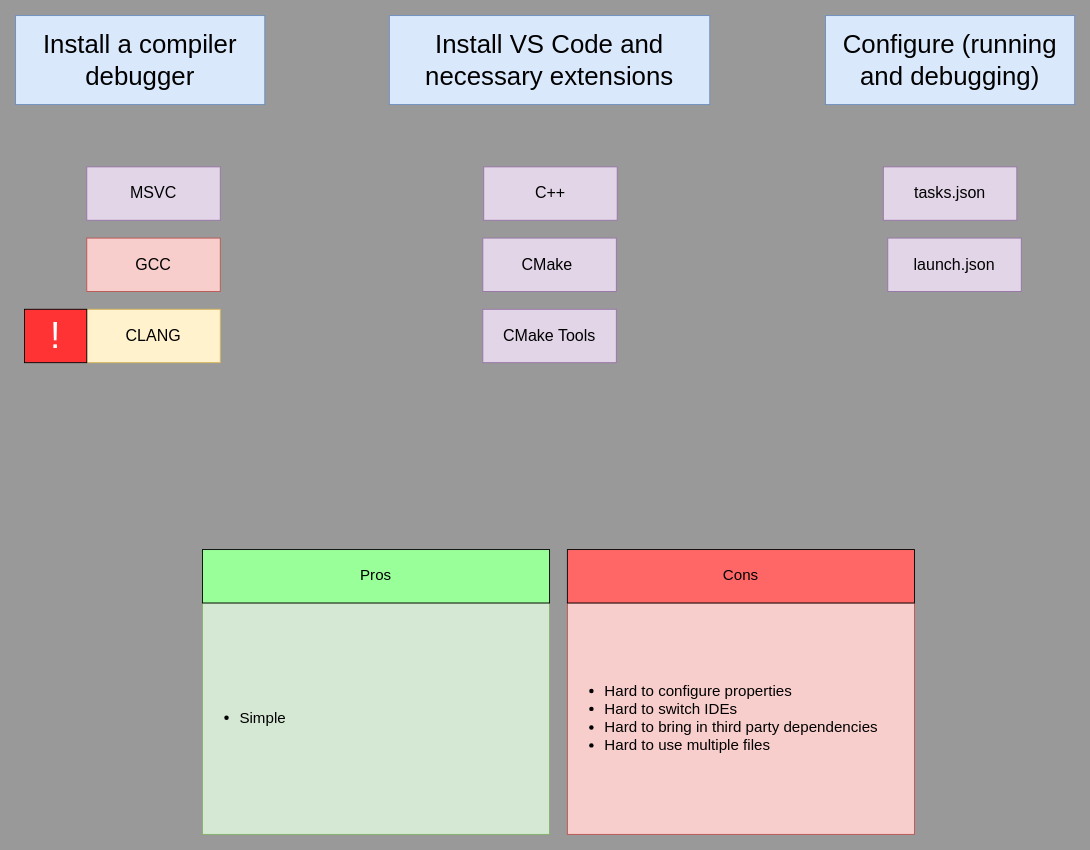
The draw.io diagram slides/1.Starter.drawio in rutura/vscodecpp, before the edit. Source tidied: cells renumbered, new cells numbered last; positions are measured from the earlier drawing's top-left corner, leaving out a move shared by most shapes. Both pictures are drawn from the tidied source at 89%, with x=0, y=0 at pixel (15, 15).
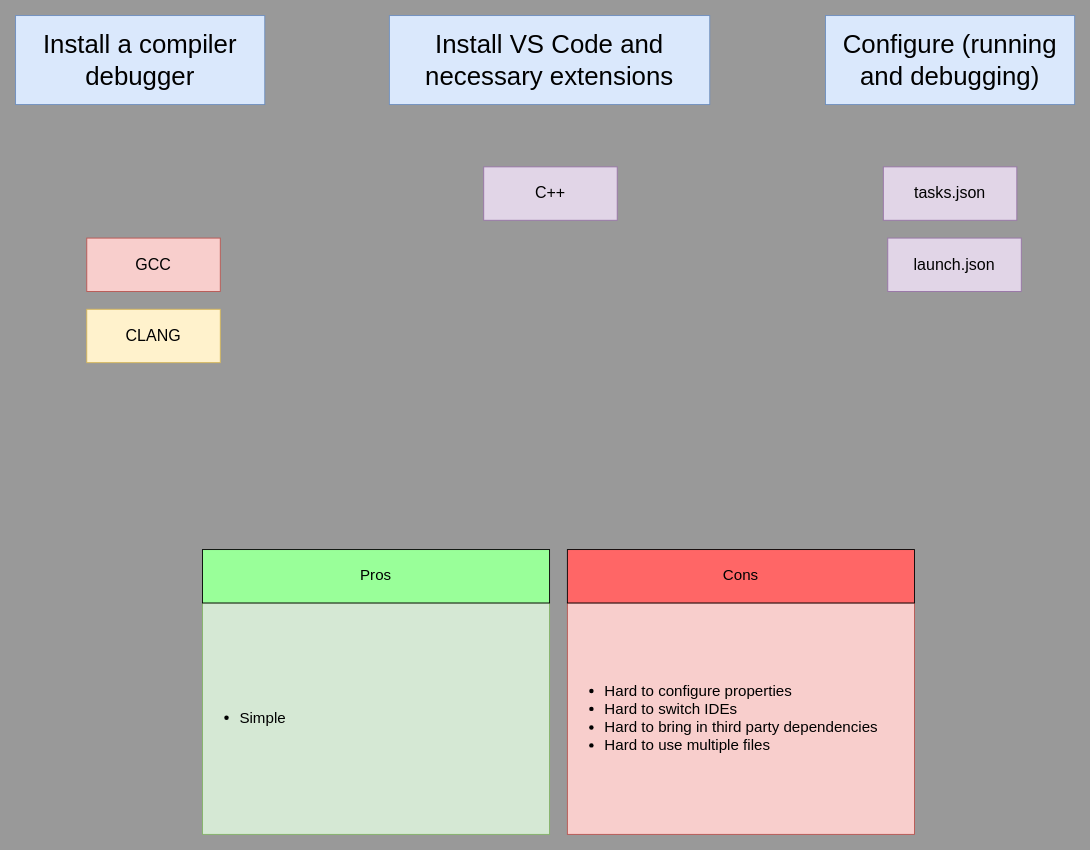
After the change.

Diff of the diagram source:
```diff
@@
 <mxGraphModel background="#999999">
   <root>
     <mxCell id="0" />
     <mxCell id="1" parent="0" />
     <mxCell id="2" value="&lt;font style=&quot;font-size: 29px;&quot;&gt;Install a compiler debugger&lt;/font&gt;" style="rounded=0;whiteSpace=wrap;html=1;fillColor=#dae8fc;strokeColor=#6c8ebf;" parent="1" vertex="1">
       <mxGeometry width="280" height="100" as="geometry" />
     </mxCell>
     <mxCell id="3" value="&lt;font style=&quot;font-size: 29px;&quot;&gt;Install VS Code and necessary extensions&lt;/font&gt;" style="rounded=0;whiteSpace=wrap;html=1;fillColor=#dae8fc;strokeColor=#6c8ebf;" parent="1" vertex="1">
       <mxGeometry x="420" width="360" height="100" as="geometry" />
     </mxCell>
     <mxCell id="4" value="&lt;font style=&quot;font-size: 29px;&quot;&gt;Configure (running and debugging)&lt;/font&gt;" style="rounded=0;whiteSpace=wrap;html=1;fillColor=#dae8fc;strokeColor=#6c8ebf;" parent="1" vertex="1">
       <mxGeometry x="910" width="280" height="100" as="geometry" />
     </mxCell>
-    <mxCell id="5" value="MSVC" style="rounded=0;whiteSpace=wrap;html=1;fillColor=#e1d5e7;strokeColor=#9673a6;fontSize=18;" parent="1" vertex="1">
-      <mxGeometry x="80" y="170" width="150" height="60" as="geometry" />
-    </mxCell>
     <mxCell id="6" value="GCC" style="rounded=0;whiteSpace=wrap;html=1;fontStyle=0;fillColor=#f8cecc;strokeColor=#b85450;fontSize=18;" parent="1" vertex="1">
       <mxGeometry x="80" y="250" width="150" height="60" as="geometry" />
     </mxCell>
     <mxCell id="7" value="CLANG" style="rounded=0;whiteSpace=wrap;html=1;fillColor=#fff2cc;strokeColor=#d6b656;fontSize=18;" parent="1" vertex="1">
       <mxGeometry x="80" y="330" width="150" height="60" as="geometry" />
     </mxCell>
     <mxCell id="8" value="tasks.json" style="rounded=0;whiteSpace=wrap;html=1;fillColor=#e1d5e7;strokeColor=#9673a6;fontSize=18;" parent="1" vertex="1">
       <mxGeometry x="975" y="170" width="150" height="60" as="geometry" />
     </mxCell>
-    <mxCell id="9" value="CMake&amp;nbsp;" style="rounded=0;whiteSpace=wrap;html=1;fillColor=#e1d5e7;strokeColor=#9673a6;fontSize=18;" parent="1" vertex="1">
-      <mxGeometry x="525" y="250" width="150" height="60" as="geometry" />
-    </mxCell>
-    <mxCell id="10" value="CMake Tools" style="rounded=0;whiteSpace=wrap;html=1;fillColor=#e1d5e7;strokeColor=#9673a6;fontSize=18;" parent="1" vertex="1">
-      <mxGeometry x="525" y="330" width="150" height="60" as="geometry" />
-    </mxCell>
     <mxCell id="11" value="C++" style="rounded=0;whiteSpace=wrap;html=1;fillColor=#e1d5e7;strokeColor=#9673a6;fontSize=18;" parent="1" vertex="1">
       <mxGeometry x="526" y="170" width="150" height="60" as="geometry" />
     </mxCell>
     <mxCell id="12" value="launch.json" style="rounded=0;whiteSpace=wrap;html=1;fillColor=#e1d5e7;strokeColor=#9673a6;fontSize=18;" parent="1" vertex="1">
       <mxGeometry x="980" y="250" width="150" height="60" as="geometry" />
     </mxCell>
     <mxCell id="13" value="&lt;ul style=&quot;font-size: 17px;&quot;&gt;&lt;li style=&quot;font-size: 17px;&quot;&gt;Simple&lt;/li&gt;&lt;/ul&gt;" style="rounded=0;whiteSpace=wrap;html=1;align=left;fontSize=17;fillColor=#d5e8d4;strokeColor=#82b366;" parent="1" vertex="1">
       <mxGeometry x="210" y="660" width="390" height="260" as="geometry" />
     </mxCell>
     <mxCell id="14" value="&lt;ul style=&quot;font-size: 17px;&quot;&gt;&lt;li style=&quot;font-size: 17px;&quot;&gt;Hard to configure properties&lt;/li&gt;&lt;li style=&quot;font-size: 17px;&quot;&gt;Hard to switch IDEs&lt;/li&gt;&lt;li style=&quot;font-size: 17px;&quot;&gt;Hard to bring in third party dependencies&lt;/li&gt;&lt;li style=&quot;font-size: 17px;&quot;&gt;Hard to use multiple files&lt;/li&gt;&lt;/ul&gt;" style="rounded=0;whiteSpace=wrap;html=1;align=left;fontSize=17;fillColor=#f8cecc;strokeColor=#b85450;" parent="1" vertex="1">
       <mxGeometry x="620" y="660" width="390" height="260" as="geometry" />
     </mxCell>
     <mxCell id="15" value="Pros" style="rounded=0;whiteSpace=wrap;html=1;fontSize=17;fillColor=#99FF99;" parent="1" vertex="1">
       <mxGeometry x="210" y="600" width="390" height="60" as="geometry" />
     </mxCell>
     <mxCell id="16" value="Cons" style="rounded=0;whiteSpace=wrap;html=1;fontSize=17;fillColor=#FF6666;" parent="1" vertex="1">
       <mxGeometry x="620" y="600" width="390" height="60" as="geometry" />
     </mxCell>
-    <mxCell id="17" value="&lt;font color=&quot;#ffffff&quot; style=&quot;font-size: 42px;&quot;&gt;!&lt;/font&gt;" style="rounded=0;whiteSpace=wrap;html=1;fillColor=#FF3333;" parent="1" vertex="1">
-      <mxGeometry x="10" y="330" width="70" height="60" as="geometry" />
-    </mxCell>
   </root>
 </mxGraphModel>
```
